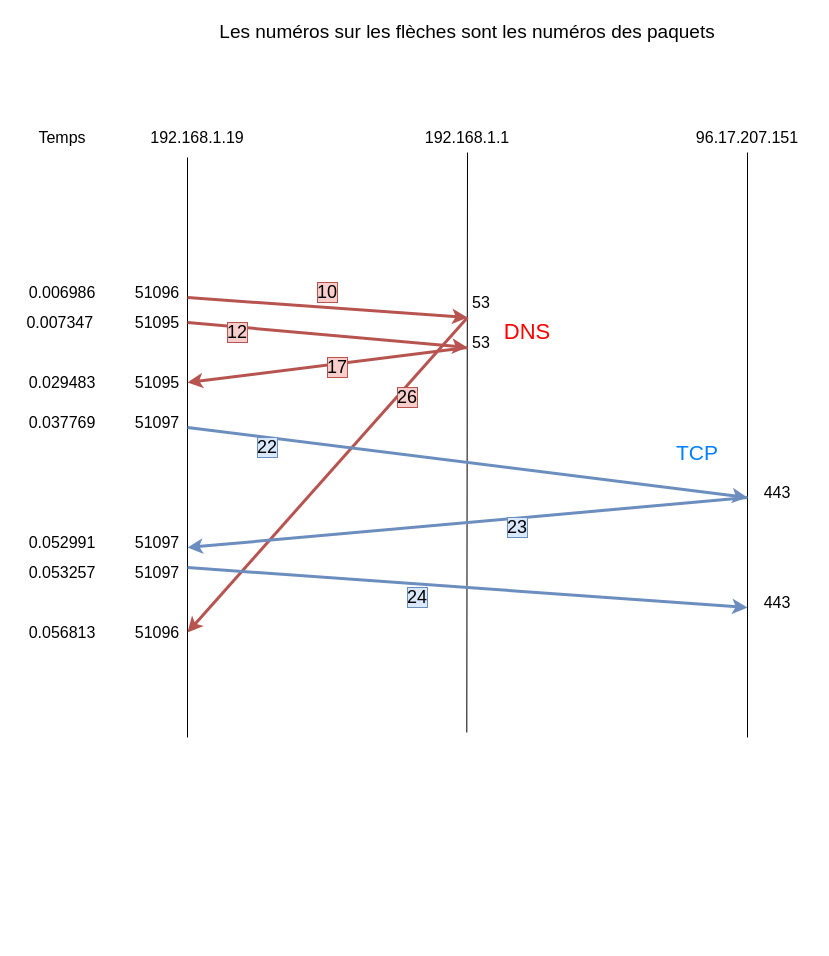
Above: Diagramme res final.drawio in zensakkour/ICPC_1 (draw.io), before the change. Source tidied: cells renumbered, new cells numbered last; positions are measured from the earlier drawing's top-left corner, leaving out a move shared by most shapes. Both pictures are drawn from the tidied source at 100%, with x=0, y=0 at pixel (17, 17).
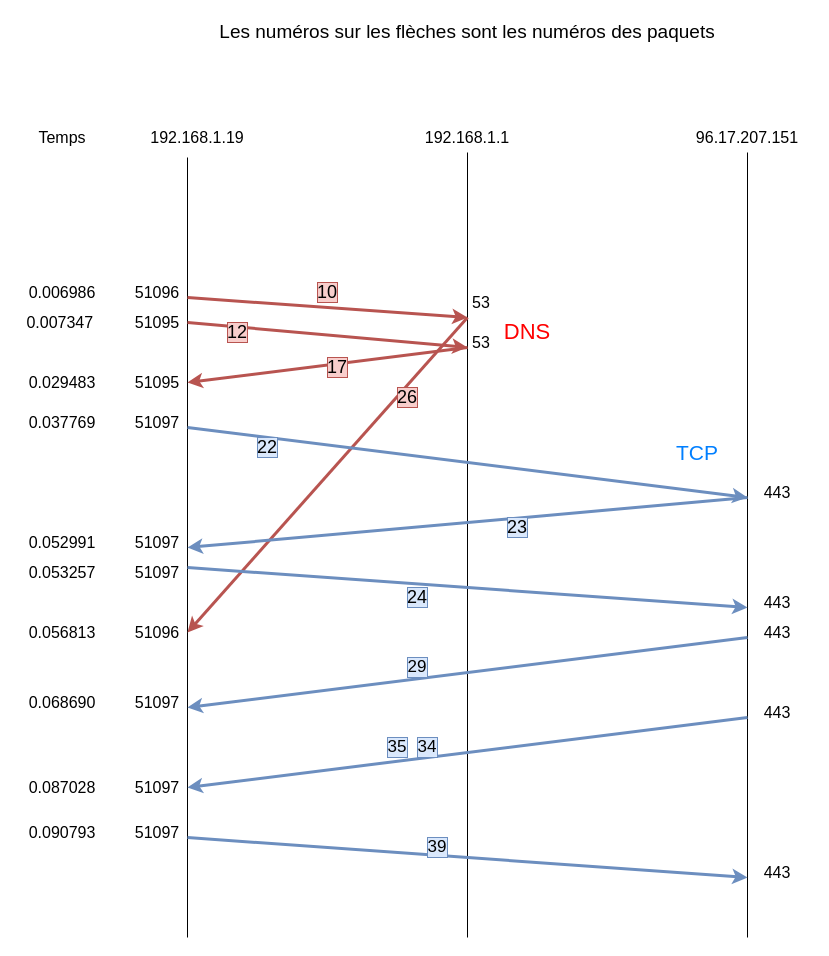
The same diagram, later.

Commit message:
Mettre à jour Diagramme res final.drawio

The change refers to these unchanged cells:
```xml
<mxCell id="7" value="&lt;font style=&quot;font-size: 16px;&quot;&gt;192.168.1.1&lt;/font&gt;" style="text;strokeColor=none;align=center;fillColor=none;html=1;verticalAlign=middle;whiteSpace=wrap;rounded=0;" parent="1" vertex="1">
  <mxGeometry x="420" y="105" width="60" height="30" as="geometry" />
</mxCell>
<mxCell id="8" value="&lt;font style=&quot;font-size: 16px;&quot;&gt;96.17.207.151&lt;/font&gt;" style="text;strokeColor=none;align=center;fillColor=none;html=1;verticalAlign=middle;whiteSpace=wrap;rounded=0;" parent="1" vertex="1">
  <mxGeometry x="700" y="105" width="60" height="30" as="geometry" />
</mxCell>
```

What changed in the source:
```diff
@@
     <mxCell id="2" style="endArrow=none;html=1;rounded=0;" parent="1" edge="1">
       <mxGeometry relative="1" as="geometry">
-        <mxPoint x="170" y="720" as="sourcePoint" />
+        <mxPoint x="170" y="920" as="sourcePoint" />
         <mxPoint x="170" y="140" as="targetPoint" />
       </mxGeometry>
     </mxCell>
     <mxCell id="3" style="endArrow=none;html=1;rounded=0;entryX=0.5;entryY=1;entryDx=0;entryDy=0;" parent="1" edge="1" target="7">
       <mxGeometry relative="1" as="geometry">
-        <mxPoint x="449.3" y="715" as="sourcePoint" />
+        <mxPoint x="450" y="920" as="sourcePoint" />
       </mxGeometry>
     </mxCell>
     <mxCell id="4" style="endArrow=none;html=1;rounded=0;entryX=0.5;entryY=1;entryDx=0;entryDy=0;" parent="1" edge="1" target="8">
       <mxGeometry relative="1" as="geometry">
-        <mxPoint x="730" y="720" as="sourcePoint" />
+        <mxPoint x="730" y="920" as="sourcePoint" />
       </mxGeometry>
     </mxCell>
@@
+    <mxCell id="44" style="endArrow=classic;html=1;rounded=0;fillColor=#dae8fc;strokeColor=#6c8ebf;strokeWidth=3;" parent="1" edge="1">
+      <mxGeometry relative="1" as="geometry">
+        <mxPoint x="730" y="620" as="sourcePoint" />
+        <mxPoint x="170" y="690" as="targetPoint" />
+      </mxGeometry>
+    </mxCell>
+    <mxCell id="45" value="&lt;font style=&quot;font-size: 16px;&quot;&gt;0.068690&lt;/font&gt;" style="text;strokeColor=none;align=center;fillColor=none;html=1;verticalAlign=middle;whiteSpace=wrap;rounded=0;" parent="1" vertex="1">
+      <mxGeometry x="15" y="670" width="60" height="30" as="geometry" />
+    </mxCell>
+    <mxCell id="46" value="&lt;font style=&quot;font-size: 16px;&quot;&gt;443&lt;/font&gt;" style="text;strokeColor=none;align=center;fillColor=none;html=1;verticalAlign=middle;whiteSpace=wrap;rounded=0;" parent="1" vertex="1">
+      <mxGeometry x="730" y="600" width="60" height="30" as="geometry" />
+    </mxCell>
+    <mxCell id="47" value="&lt;font style=&quot;font-size: 16px;&quot;&gt;51097&lt;/font&gt;" style="text;strokeColor=none;align=center;fillColor=none;html=1;verticalAlign=middle;whiteSpace=wrap;rounded=0;" parent="1" vertex="1">
+      <mxGeometry x="110" y="670" width="60" height="30" as="geometry" />
+    </mxCell>
+    <mxCell id="48" value="&lt;font style=&quot;font-size: 17px;&quot;&gt;29&lt;/font&gt;" style="text;strokeColor=#6c8ebf;align=center;fillColor=#dae8fc;html=1;verticalAlign=middle;whiteSpace=wrap;rounded=0;" parent="1" vertex="1">
+      <mxGeometry x="390" y="640" width="20" height="20" as="geometry" />
+    </mxCell>
+    <mxCell id="49" style="endArrow=classic;html=1;rounded=0;fillColor=#dae8fc;strokeColor=#6c8ebf;strokeWidth=3;" parent="1" edge="1">
+      <mxGeometry relative="1" as="geometry">
+        <mxPoint x="730" y="700" as="sourcePoint" />
+        <mxPoint x="170" y="770" as="targetPoint" />
+      </mxGeometry>
+    </mxCell>
+    <mxCell id="50" value="&lt;font style=&quot;font-size: 16px;&quot;&gt;443&lt;/font&gt;" style="text;strokeColor=none;align=center;fillColor=none;html=1;verticalAlign=middle;whiteSpace=wrap;rounded=0;" parent="1" vertex="1">
+      <mxGeometry x="730" y="680" width="60" height="30" as="geometry" />
+    </mxCell>
+    <mxCell id="51" value="&lt;font style=&quot;font-size: 16px;&quot;&gt;51097&lt;/font&gt;" style="text;strokeColor=none;align=center;fillColor=none;html=1;verticalAlign=middle;whiteSpace=wrap;rounded=0;" parent="1" vertex="1">
+      <mxGeometry x="110" y="755" width="60" height="30" as="geometry" />
+    </mxCell>
+    <mxCell id="52" value="&lt;font style=&quot;font-size: 17px;&quot;&gt;34&lt;/font&gt;" style="text;strokeColor=#6c8ebf;align=center;fillColor=#dae8fc;html=1;verticalAlign=middle;whiteSpace=wrap;rounded=0;" parent="1" vertex="1">
+      <mxGeometry x="400" y="720" width="20" height="20" as="geometry" />
+    </mxCell>
+    <mxCell id="53" value="&lt;font style=&quot;font-size: 16px;&quot;&gt;0.087028&lt;/font&gt;" style="text;strokeColor=none;align=center;fillColor=none;html=1;verticalAlign=middle;whiteSpace=wrap;rounded=0;" parent="1" vertex="1">
+      <mxGeometry x="15" y="755" width="60" height="30" as="geometry" />
+    </mxCell>
+    <mxCell id="54" style="endArrow=classic;html=1;rounded=0;fillColor=#dae8fc;strokeColor=#6c8ebf;strokeWidth=3;" parent="1" edge="1">
+      <mxGeometry relative="1" as="geometry">
+        <mxPoint x="170" y="820" as="sourcePoint" />
+        <mxPoint x="730" y="860" as="targetPoint" />
+      </mxGeometry>
+    </mxCell>
+    <mxCell id="55" value="&lt;font style=&quot;font-size: 16px;&quot;&gt;51097&lt;/font&gt;" style="text;strokeColor=none;align=center;fillColor=none;html=1;verticalAlign=middle;whiteSpace=wrap;rounded=0;" parent="1" vertex="1">
+      <mxGeometry x="110" y="800" width="60" height="30" as="geometry" />
+    </mxCell>
+    <mxCell id="56" value="&lt;font style=&quot;font-size: 16px;&quot;&gt;443&lt;/font&gt;" style="text;strokeColor=none;align=center;fillColor=none;html=1;verticalAlign=middle;whiteSpace=wrap;rounded=0;" parent="1" vertex="1">
+      <mxGeometry x="730" y="840" width="60" height="30" as="geometry" />
+    </mxCell>
+    <mxCell id="57" value="&lt;font style=&quot;font-size: 16px;&quot;&gt;0.090793&lt;/font&gt;" style="text;strokeColor=none;align=center;fillColor=none;html=1;verticalAlign=middle;whiteSpace=wrap;rounded=0;" parent="1" vertex="1">
+      <mxGeometry x="15" y="800" width="60" height="30" as="geometry" />
+    </mxCell>
+    <mxCell id="58" value="&lt;font style=&quot;font-size: 17px;&quot;&gt;39&lt;/font&gt;" style="text;strokeColor=#6c8ebf;align=center;fillColor=#dae8fc;html=1;verticalAlign=middle;whiteSpace=wrap;rounded=0;" parent="1" vertex="1">
+      <mxGeometry x="410" y="820" width="20" height="20" as="geometry" />
+    </mxCell>
+    <mxCell id="59" value="&lt;font style=&quot;font-size: 17px;&quot;&gt;35&lt;/font&gt;" style="text;strokeColor=#6c8ebf;align=center;fillColor=#dae8fc;html=1;verticalAlign=middle;whiteSpace=wrap;rounded=0;" parent="1" vertex="1">
+      <mxGeometry x="370" y="720" width="20" height="20" as="geometry" />
+    </mxCell>
```
